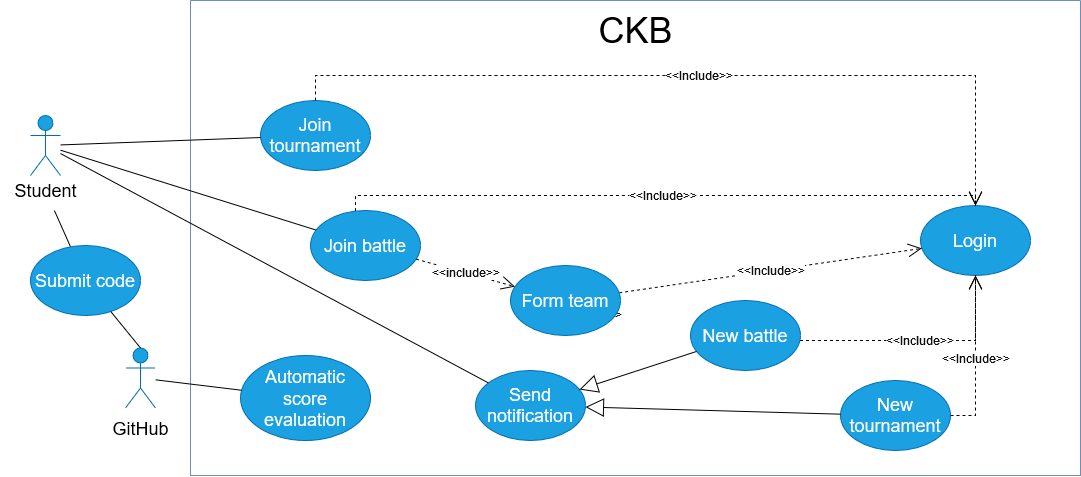
The draw.io diagram RASD/src/uc_diagrams/student.png in manuu1311/CodeKataBattle, before a commit. Source tidied: cells renumbered, new cells last; positions are measured from the earlier drawing's top-left corner, leaving out a move shared by most shapes.
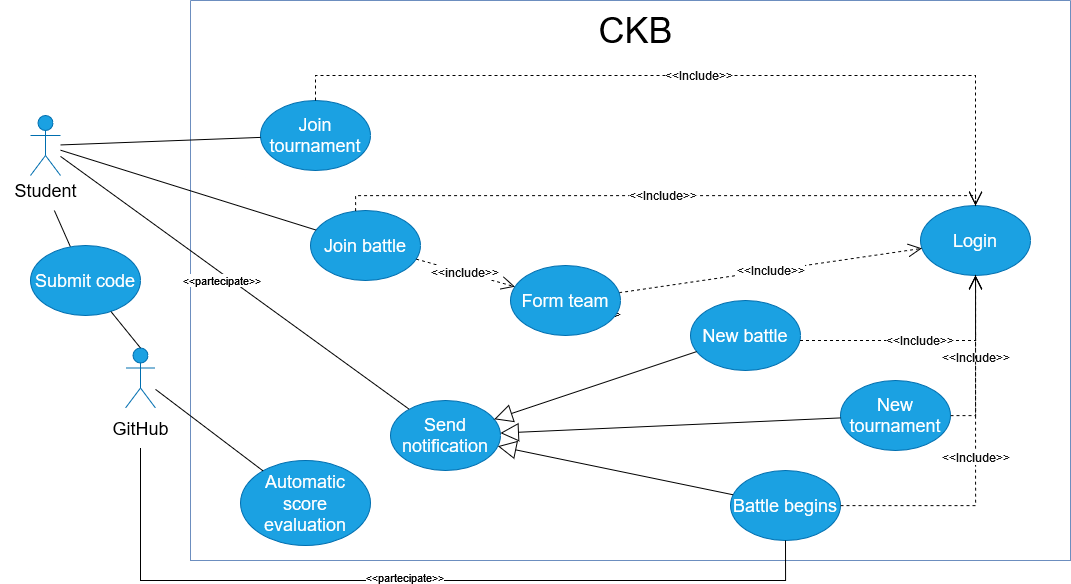
Above is the later version.

The edit, as a diff of the source:
```diff
@@ -2,25 +2,25 @@
   <root>
     <mxCell id="0" />
     <mxCell id="1" parent="0" />
-    <mxCell id="2" style="shape=umlActor;verticalLabelPosition=bottom;verticalAlign=top;html=1;outlineConnect=0;fillColor=#1ba1e2;strokeColor=#006EAF;fontColor=#ffffff;" parent="1" vertex="1">
-      <mxGeometry x="30" y="115" width="30" height="60" as="geometry" />
-    </mxCell>
-    <mxCell id="3" style="swimlane;startSize=0;fillColor=#dae8fc;strokeColor=#6c8ebf;" parent="1" vertex="1">
-      <mxGeometry x="190" width="890" height="475" as="geometry" />
-    </mxCell>
+    <mxCell id="32" style="shape=umlActor;verticalLabelPosition=bottom;verticalAlign=top;html=1;outlineConnect=0;fillColor=#1ba1e2;strokeColor=#006EAF;fontColor=#ffffff;" parent="1" vertex="1">
+      <mxGeometry x="30" y="115" width="30" height="60" as="geometry" />
+    </mxCell>
+    <mxCell id="33" style="swimlane;startSize=0;fillColor=#dae8fc;strokeColor=#6c8ebf;" parent="1" vertex="1">
+      <mxGeometry x="190" width="880" height="560" as="geometry" />
+    </mxCell>
-    <mxCell id="4" value="&lt;font style=&quot;font-size: 36px;&quot;&gt;CKB&lt;/font&gt;" style="text;html=1;align=center;verticalAlign=middle;strokeColor=none;fillColor=none;" parent="3" vertex="1">
+    <mxCell id="4" value="&lt;font style=&quot;font-size: 36px;&quot;&gt;CKB&lt;/font&gt;" style="text;html=1;align=center;verticalAlign=middle;strokeColor=none;fillColor=none;" parent="33" vertex="1">
       <mxGeometry x="395" width="100" height="60" as="geometry" />
     </mxCell>
-    <mxCell id="5" value="&lt;font style=&quot;font-size: 18px;&quot;&gt;Join battle &lt;/font&gt;" style="ellipse;whiteSpace=wrap;html=1;fillColor=#1ba1e2;strokeColor=#006EAF;fontColor=#ffffff;" parent="3" vertex="1">
+    <mxCell id="5" value="&lt;font style=&quot;font-size: 18px;&quot;&gt;Join battle &lt;/font&gt;" style="ellipse;whiteSpace=wrap;html=1;fillColor=#1ba1e2;strokeColor=#006EAF;fontColor=#ffffff;" parent="33" vertex="1">
       <mxGeometry x="120" y="210" width="110" height="70" as="geometry" />
     </mxCell>
-    <mxCell id="6" value="&lt;font style=&quot;font-size: 18px;&quot;&gt;Join tournament&lt;br&gt;&lt;/font&gt;" style="ellipse;whiteSpace=wrap;html=1;fillColor=#1ba1e2;strokeColor=#006EAF;fontColor=#ffffff;" parent="3" vertex="1">
+    <mxCell id="6" value="&lt;font style=&quot;font-size: 18px;&quot;&gt;Join tournament&lt;br&gt;&lt;/font&gt;" style="ellipse;whiteSpace=wrap;html=1;fillColor=#1ba1e2;strokeColor=#006EAF;fontColor=#ffffff;" parent="33" vertex="1">
       <mxGeometry x="70" y="100" width="110" height="70" as="geometry" />
     </mxCell>
-    <mxCell id="7" value="&lt;font style=&quot;font-size: 18px;&quot;&gt;Login&lt;/font&gt;" style="ellipse;whiteSpace=wrap;html=1;fillColor=#1ba1e2;strokeColor=#006EAF;fontColor=#ffffff;" parent="3" vertex="1">
+    <mxCell id="7" value="&lt;font style=&quot;font-size: 18px;&quot;&gt;Login&lt;/font&gt;" style="ellipse;whiteSpace=wrap;html=1;fillColor=#1ba1e2;strokeColor=#006EAF;fontColor=#ffffff;" parent="33" vertex="1">
       <mxGeometry x="730" y="205" width="110" height="70" as="geometry" />
     </mxCell>
-    <mxCell id="8" value="&lt;font color=&quot;#0f0f0f&quot;&gt;&amp;lt;&amp;lt;Include&amp;gt;&amp;gt;&lt;/font&gt;" style="endArrow=open;endSize=12;dashed=1;html=1;rounded=0;fontFamily=Helvetica;fontSize=12;fontColor=#ffffff;" parent="3" edge="1" source="6" target="7">
+    <mxCell id="8" value="&lt;font color=&quot;#0f0f0f&quot;&gt;&amp;lt;&amp;lt;Include&amp;gt;&amp;gt;&lt;/font&gt;" style="endArrow=open;endSize=12;dashed=1;html=1;rounded=0;fontFamily=Helvetica;fontSize=12;fontColor=#ffffff;" parent="33" edge="1" source="6" target="7">
       <mxGeometry relative="1" as="geometry">
         <Array as="points">
           <mxPoint x="125" y="75" />
@@ -28,7 +28,7 @@
         </Array>
       </mxGeometry>
     </mxCell>
-    <mxCell id="9" value="&lt;font color=&quot;#0f0f0f&quot;&gt;&amp;lt;&amp;lt;Include&amp;gt;&amp;gt;&lt;/font&gt;" style="endArrow=open;endSize=12;dashed=1;html=1;rounded=0;fontFamily=Helvetica;fontSize=12;fontColor=#ffffff;edgeStyle=orthogonalEdgeStyle;" parent="3" edge="1" source="5" target="7">
+    <mxCell id="9" value="&lt;font color=&quot;#0f0f0f&quot;&gt;&amp;lt;&amp;lt;Include&amp;gt;&amp;gt;&lt;/font&gt;" style="endArrow=open;endSize=12;dashed=1;html=1;rounded=0;fontFamily=Helvetica;fontSize=12;fontColor=#ffffff;edgeStyle=orthogonalEdgeStyle;" parent="33" edge="1" source="5" target="7">
       <mxGeometry relative="1" as="geometry">
         <Array as="points">
           <mxPoint x="165" y="195" />
@@ -36,82 +36,109 @@
         </Array>
       </mxGeometry>
     </mxCell>
-    <mxCell id="10" value="&lt;font color=&quot;#0f0f0f&quot;&gt;&amp;lt;&amp;lt;include&amp;gt;&amp;gt;&lt;/font&gt;" style="endArrow=open;endSize=12;dashed=1;html=1;rounded=0;fontFamily=Helvetica;fontSize=12;fontColor=#ffffff;" parent="3" edge="1" source="5" target="13">
+    <mxCell id="10" value="&lt;font color=&quot;#0f0f0f&quot;&gt;&amp;lt;&amp;lt;include&amp;gt;&amp;gt;&lt;/font&gt;" style="endArrow=open;endSize=12;dashed=1;html=1;rounded=0;fontFamily=Helvetica;fontSize=12;fontColor=#ffffff;" parent="33" edge="1" source="5" target="13">
       <mxGeometry relative="1" as="geometry" />
     </mxCell>
-    <mxCell id="11" value="&lt;font color=&quot;#0f0f0f&quot;&gt;&amp;lt;&amp;lt;Include&amp;gt;&amp;gt;&lt;/font&gt;" style="endArrow=open;endSize=12;dashed=1;html=1;rounded=0;fontFamily=Helvetica;fontSize=12;fontColor=#ffffff;" parent="3" edge="1" source="13" target="7">
+    <mxCell id="11" value="&lt;font color=&quot;#0f0f0f&quot;&gt;&amp;lt;&amp;lt;Include&amp;gt;&amp;gt;&lt;/font&gt;" style="endArrow=open;endSize=12;dashed=1;html=1;rounded=0;fontFamily=Helvetica;fontSize=12;fontColor=#ffffff;" parent="33" edge="1" source="13" target="7">
       <mxGeometry relative="1" as="geometry" />
     </mxCell>
-    <mxCell id="12" value="&lt;font color=&quot;#0f0f0f&quot;&gt;&amp;lt;&amp;lt;extend&amp;gt;&amp;gt;&lt;/font&gt;" style="endArrow=open;endSize=12;dashed=1;html=1;rounded=0;fontFamily=Helvetica;fontSize=12;fontColor=#ffffff;" parent="3" edge="1">
+    <mxCell id="12" value="&lt;font color=&quot;#0f0f0f&quot;&gt;&amp;lt;&amp;lt;extend&amp;gt;&amp;gt;&lt;/font&gt;" style="endArrow=open;endSize=12;dashed=1;html=1;rounded=0;fontFamily=Helvetica;fontSize=12;fontColor=#ffffff;" parent="33" edge="1">
       <mxGeometry relative="1" as="geometry">
         <mxPoint x="395" y="301" as="sourcePoint" />
         <mxPoint x="402.1" y="327.5" as="targetPoint" />
       </mxGeometry>
     </mxCell>
-    <mxCell id="13" value="&lt;font style=&quot;font-size: 18px;&quot;&gt;Form team &lt;/font&gt;" style="ellipse;whiteSpace=wrap;html=1;fillColor=#1ba1e2;strokeColor=#006EAF;fontColor=#ffffff;" parent="3" vertex="1">
+    <mxCell id="13" value="&lt;font style=&quot;font-size: 18px;&quot;&gt;Form team &lt;/font&gt;" style="ellipse;whiteSpace=wrap;html=1;fillColor=#1ba1e2;strokeColor=#006EAF;fontColor=#ffffff;" parent="33" vertex="1">
       <mxGeometry x="320" y="265" width="110" height="70" as="geometry" />
     </mxCell>
-    <mxCell id="14" value="&lt;font style=&quot;font-size: 18px;&quot;&gt;Automatic score evaluation &lt;/font&gt;" style="ellipse;whiteSpace=wrap;html=1;fillColor=#1ba1e2;strokeColor=#006EAF;fontColor=#ffffff;" parent="3" vertex="1">
-      <mxGeometry x="50" y="355" width="130" height="85" as="geometry" />
+    <mxCell id="14" value="&lt;font style=&quot;font-size: 18px;&quot;&gt;Automatic score evaluation &lt;/font&gt;" style="ellipse;whiteSpace=wrap;html=1;fillColor=#1ba1e2;strokeColor=#006EAF;fontColor=#ffffff;" parent="33" vertex="1">
+      <mxGeometry x="50" y="460" width="130" height="85" as="geometry" />
     </mxCell>
-    <mxCell id="15" value="&lt;font style=&quot;font-size: 18px;&quot;&gt;Send notification&lt;br&gt;&lt;/font&gt;" style="ellipse;whiteSpace=wrap;html=1;fillColor=#1ba1e2;strokeColor=#006EAF;fontColor=#ffffff;" parent="3" vertex="1">
-      <mxGeometry x="285" y="370" width="110" height="70" as="geometry" />
+    <mxCell id="15" value="&lt;font style=&quot;font-size: 18px;&quot;&gt;Send notification&lt;br&gt;&lt;/font&gt;" style="ellipse;whiteSpace=wrap;html=1;fillColor=#1ba1e2;strokeColor=#006EAF;fontColor=#ffffff;" parent="33" vertex="1">
+      <mxGeometry x="200" y="400" width="110" height="70" as="geometry" />
     </mxCell>
-    <mxCell id="16" value="&lt;font style=&quot;font-size: 18px;&quot;&gt;New battle&lt;br&gt;&lt;/font&gt;" style="ellipse;whiteSpace=wrap;html=1;fillColor=#1ba1e2;strokeColor=#006EAF;fontColor=#ffffff;" parent="3" vertex="1">
+    <mxCell id="16" value="&lt;font style=&quot;font-size: 18px;&quot;&gt;New battle&lt;br&gt;&lt;/font&gt;" style="ellipse;whiteSpace=wrap;html=1;fillColor=#1ba1e2;strokeColor=#006EAF;fontColor=#ffffff;" parent="33" vertex="1">
       <mxGeometry x="500" y="300" width="110" height="70" as="geometry" />
     </mxCell>
-    <mxCell id="17" value="&lt;font style=&quot;font-size: 18px;&quot;&gt;New tournament&lt;br&gt;&lt;/font&gt;" style="ellipse;whiteSpace=wrap;html=1;fillColor=#1ba1e2;strokeColor=#006EAF;fontColor=#ffffff;" parent="3" vertex="1">
+    <mxCell id="17" value="&lt;font style=&quot;font-size: 18px;&quot;&gt;New tournament&lt;br&gt;&lt;/font&gt;" style="ellipse;whiteSpace=wrap;html=1;fillColor=#1ba1e2;strokeColor=#006EAF;fontColor=#ffffff;" parent="33" vertex="1">
       <mxGeometry x="650" y="380" width="110" height="70" as="geometry" />
     </mxCell>
-    <mxCell id="18" style="endArrow=block;endSize=16;endFill=0;html=1;rounded=0;" parent="3" edge="1" source="17" target="15">
+    <mxCell id="18" style="endArrow=block;endSize=16;endFill=0;html=1;rounded=0;" parent="33" edge="1" source="17" target="15">
       <mxGeometry relative="1" as="geometry" />
     </mxCell>
-    <mxCell id="19" style="endArrow=block;endSize=16;endFill=0;html=1;rounded=0;" parent="3" edge="1" source="16" target="15">
+    <mxCell id="19" style="endArrow=block;endSize=16;endFill=0;html=1;rounded=0;" parent="33" edge="1" source="16" target="15">
       <mxGeometry relative="1" as="geometry" />
     </mxCell>
-    <mxCell id="20" value="&lt;font color=&quot;#0f0f0f&quot;&gt;&amp;lt;&amp;lt;Include&amp;gt;&amp;gt;&lt;/font&gt;" style="endArrow=open;endSize=12;dashed=1;html=1;rounded=0;fontFamily=Helvetica;fontSize=12;fontColor=#ffffff;edgeStyle=orthogonalEdgeStyle;" parent="3" edge="1" source="17" target="7">
+    <mxCell id="20" value="&lt;font color=&quot;#0f0f0f&quot;&gt;&amp;lt;&amp;lt;Include&amp;gt;&amp;gt;&lt;/font&gt;" style="endArrow=open;endSize=12;dashed=1;html=1;rounded=0;fontFamily=Helvetica;fontSize=12;fontColor=#ffffff;edgeStyle=orthogonalEdgeStyle;" parent="33" edge="1" source="17" target="7">
       <mxGeometry relative="1" as="geometry">
         <Array as="points">
           <mxPoint x="785" y="415" />
         </Array>
       </mxGeometry>
     </mxCell>
-    <mxCell id="21" value="&lt;font color=&quot;#0f0f0f&quot;&gt;&amp;lt;&amp;lt;Include&amp;gt;&amp;gt;&lt;/font&gt;" style="endArrow=open;endSize=12;dashed=1;html=1;rounded=0;fontFamily=Helvetica;fontSize=12;fontColor=#ffffff;edgeStyle=orthogonalEdgeStyle;" parent="3" edge="1" source="16" target="7">
+    <mxCell id="21" value="&lt;font color=&quot;#0f0f0f&quot;&gt;&amp;lt;&amp;lt;Include&amp;gt;&amp;gt;&lt;/font&gt;" style="endArrow=open;endSize=12;dashed=1;html=1;rounded=0;fontFamily=Helvetica;fontSize=12;fontColor=#ffffff;edgeStyle=orthogonalEdgeStyle;" parent="33" edge="1" source="16" target="7">
       <mxGeometry relative="1" as="geometry">
         <Array as="points">
           <mxPoint x="785" y="340" />
         </Array>
       </mxGeometry>
     </mxCell>
-    <mxCell id="22" style="endArrow=none;html=1;rounded=0;" parent="1" edge="1" source="2" target="6">
-      <mxGeometry relative="1" as="geometry" />
-    </mxCell>
+    <mxCell id="34" value="&lt;font style=&quot;font-size: 18px;&quot;&gt;Battle begins&lt;br&gt;&lt;/font&gt;" style="ellipse;whiteSpace=wrap;html=1;fillColor=#1ba1e2;strokeColor=#006EAF;fontColor=#ffffff;" parent="33" vertex="1">
+      <mxGeometry x="540" y="470" width="110" height="70" as="geometry" />
+    </mxCell>
+    <mxCell id="35" style="endArrow=block;endSize=16;endFill=0;html=1;rounded=0;" parent="33" edge="1" source="34" target="15">
+      <mxGeometry relative="1" as="geometry" />
+    </mxCell>
+    <mxCell id="36" value="&lt;font color=&quot;#0f0f0f&quot;&gt;&amp;lt;&amp;lt;Include&amp;gt;&amp;gt;&lt;/font&gt;" style="endArrow=open;endSize=12;dashed=1;html=1;rounded=0;fontFamily=Helvetica;fontSize=12;fontColor=#ffffff;edgeStyle=orthogonalEdgeStyle;" parent="33" edge="1" source="34" target="7">
+      <mxGeometry relative="1" as="geometry" />
+    </mxCell>
+    <mxCell id="37" style="endArrow=none;html=1;rounded=0;" parent="1" edge="1" source="32" target="6">
+      <mxGeometry relative="1" as="geometry" />
+    </mxCell>
     <mxCell id="23" value="&lt;div&gt;&lt;font style=&quot;font-size: 18px;&quot;&gt;Student&lt;/font&gt;&lt;/div&gt;" style="text;html=1;align=center;verticalAlign=middle;points=[];strokeColor=none;fillColor=none;" parent="1" vertex="1">
       <mxGeometry y="170" width="90" height="40" as="geometry" />
     </mxCell>
-    <mxCell id="24" style="endArrow=none;html=1;rounded=0;" parent="1" edge="1" source="2" target="5">
-      <mxGeometry relative="1" as="geometry" />
-    </mxCell>
+    <mxCell id="38" style="endArrow=none;html=1;rounded=0;" parent="1" edge="1" source="32" target="5">
+      <mxGeometry relative="1" as="geometry" />
+    </mxCell>
     <mxCell id="25" style="endArrow=none;html=1;rounded=0;" parent="1" edge="1" source="23" target="28">
       <mxGeometry relative="1" as="geometry" />
     </mxCell>
-    <mxCell id="26" style="shape=umlActor;verticalLabelPosition=bottom;verticalAlign=top;html=1;outlineConnect=0;fillColor=#1ba1e2;strokeColor=#006EAF;fontColor=#ffffff;" parent="1" vertex="1">
-      <mxGeometry x="125" y="347.5" width="30" height="60" as="geometry" />
-    </mxCell>
+    <mxCell id="39" style="shape=umlActor;verticalLabelPosition=bottom;verticalAlign=top;html=1;outlineConnect=0;fillColor=#1ba1e2;strokeColor=#006EAF;fontColor=#ffffff;" parent="1" vertex="1">
+      <mxGeometry x="125" y="347.5" width="30" height="60" as="geometry" />
+    </mxCell>
     <mxCell id="27" value="&lt;font style=&quot;font-size: 18px;&quot;&gt;GitHub&lt;/font&gt;" style="text;html=1;align=center;verticalAlign=middle;points=[];strokeColor=none;fillColor=none;" parent="1" vertex="1">
       <mxGeometry x="100" y="407.5" width="80" height="40" as="geometry" />
     </mxCell>
     <mxCell id="28" value="&lt;font style=&quot;font-size: 18px;&quot;&gt;Submit code &lt;/font&gt;" style="ellipse;whiteSpace=wrap;html=1;fillColor=#1ba1e2;strokeColor=#006EAF;fontColor=#ffffff;" parent="1" vertex="1">
       <mxGeometry x="30" y="245" width="110" height="70" as="geometry" />
     </mxCell>
-    <mxCell id="29" style="endArrow=none;html=1;rounded=0;entryX=0.5;entryY=0;entryDx=0;entryDy=0;entryPerimeter=0;" parent="1" edge="1" source="28" target="26">
-      <mxGeometry relative="1" as="geometry" />
-    </mxCell>
-    <mxCell id="30" style="endArrow=none;html=1;rounded=0;" parent="1" edge="1" source="26" target="14">
-      <mxGeometry relative="1" as="geometry" />
-    </mxCell>
-    <mxCell id="31" style="endArrow=none;html=1;rounded=0;" parent="1" edge="1" source="2" target="15">
-      <mxGeometry relative="1" as="geometry" />
-    </mxCell>
+    <mxCell id="40" style="endArrow=none;html=1;rounded=0;entryX=0.5;entryY=0;entryDx=0;entryDy=0;entryPerimeter=0;" parent="1" edge="1" source="28" target="39">
+      <mxGeometry relative="1" as="geometry" />
+    </mxCell>
+    <mxCell id="41" style="endArrow=none;html=1;rounded=0;" parent="1" edge="1" source="39" target="14">
+      <mxGeometry relative="1" as="geometry" />
+    </mxCell>
+    <mxCell id="42" style="endArrow=none;html=1;rounded=0;" parent="1" edge="1" source="32" target="15">
+      <mxGeometry relative="1" as="geometry" />
+    </mxCell>
+    <mxCell id="43" value="&amp;lt;&amp;lt;partecipate&amp;gt;&amp;gt;" style="edgeLabel;html=1;align=center;verticalAlign=middle;" parent="42" vertex="1">
+      <mxGeometry x="0.01" y="1" relative="1" as="geometry">
+        <mxPoint x="-16" y="-3" as="offset" />
+      </mxGeometry>
+    </mxCell>
+    <mxCell id="44" style="endArrow=none;html=1;rounded=0;edgeStyle=orthogonalEdgeStyle;" parent="1" edge="1" source="27" target="34">
+      <mxGeometry relative="1" as="geometry">
+        <Array as="points">
+          <mxPoint x="140" y="580" />
+          <mxPoint x="785" y="580" />
+        </Array>
+      </mxGeometry>
+    </mxCell>
+    <mxCell id="45" value="&amp;lt;&amp;lt;partecipate&amp;gt;&amp;gt;" style="edgeLabel;html=1;align=center;verticalAlign=middle;" parent="44" vertex="1">
+      <mxGeometry x="0.01" y="1" relative="1" as="geometry">
+        <mxPoint x="-16" y="-3" as="offset" />
+      </mxGeometry>
+    </mxCell>
   </root>
 </mxGraphModel>
```
